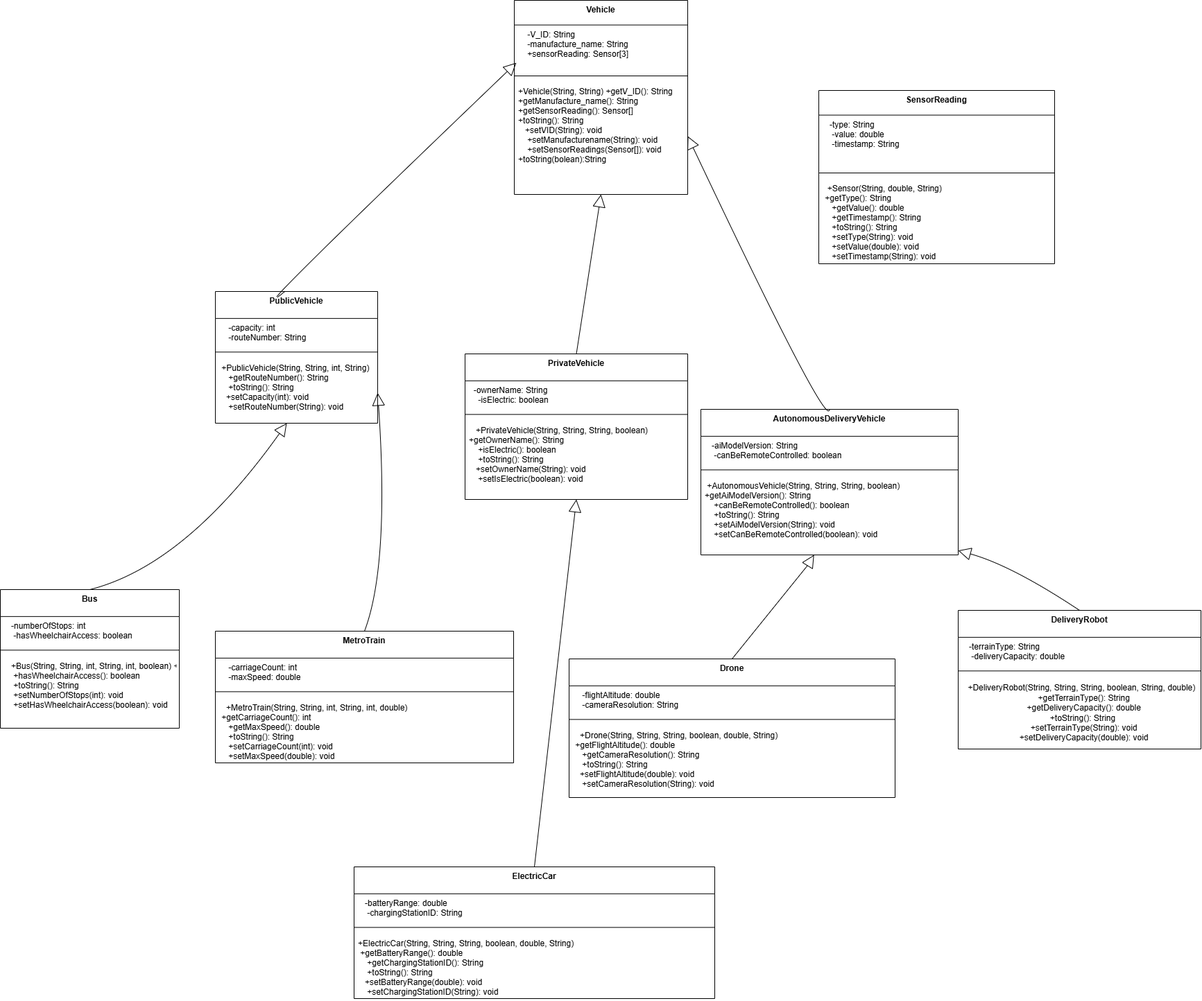
Earlier version of the draw.io export vehicle.drawio.png (Nada-saad635/system-for-a-smart-transportation). Source tidied: cells renumbered, new cells last; positions are measured from the earlier drawing's top-left corner, leaving out a move shared by most shapes.
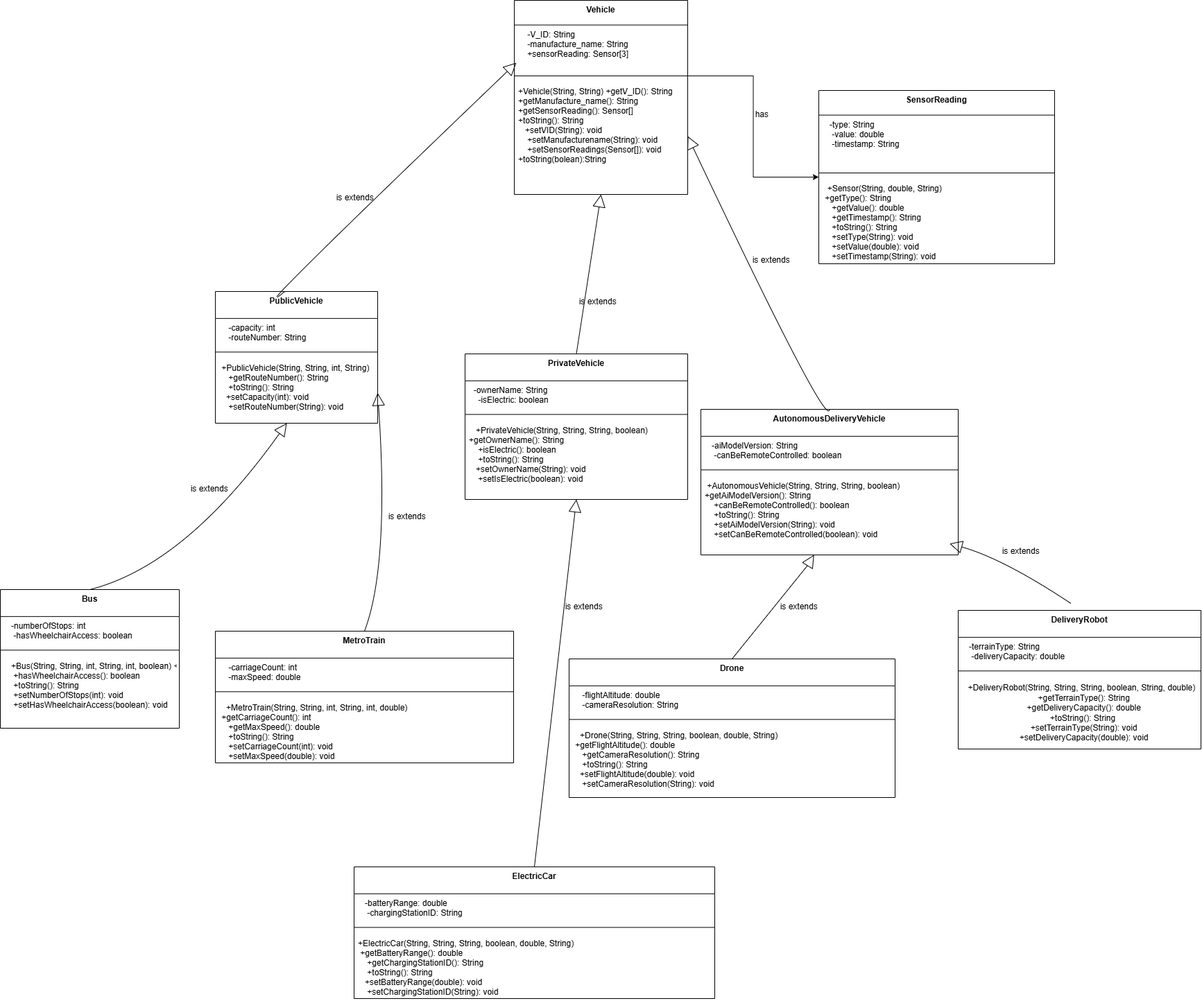
Later version of the same file.

Diff of the diagram source:
```diff
@@ -156,10 +156,12 @@
         </Array>
       </mxGeometry>
     </mxCell>
-    <mxCell id="48" style="curved=1;startArrow=block;startSize=16;startFill=0;endArrow=none;exitX=1;exitY=0.97;entryX=0.5;entryY=0;" parent="1" edge="1" source="18" target="38">
+    <mxCell id="48" style="curved=1;startArrow=block;startSize=16;startFill=0;endArrow=none;exitX=1;exitY=0.97;entryX=0.5;entryY=0;" parent="1" edge="1">
       <mxGeometry relative="1" as="geometry">
+        <mxPoint x="1368.5" y="783.7" as="sourcePoint" />
+        <mxPoint x="1543.5" y="870" as="targetPoint" />
         <Array as="points">
-          <mxPoint x="1458" y="815" />
+          <mxPoint x="1445.5" y="805" />
         </Array>
       </mxGeometry>
     </mxCell>
@@ -171,5 +173,35 @@
         </Array>
       </mxGeometry>
     </mxCell>
+    <mxCell id="50" value="&amp;nbsp;is extends" style="text;html=1;align=center;verticalAlign=middle;whiteSpace=wrap;rounded=0;" parent="1" vertex="1">
+      <mxGeometry x="555" y="730" width="60" height="30" as="geometry" />
+    </mxCell>
+    <mxCell id="51" value="&amp;nbsp;is extends" style="text;html=1;align=center;verticalAlign=middle;whiteSpace=wrap;rounded=0;" parent="1" vertex="1">
+      <mxGeometry x="480" y="270" width="60" height="30" as="geometry" />
+    </mxCell>
+    <mxCell id="52" value="&amp;nbsp;is extends" style="text;html=1;align=center;verticalAlign=middle;whiteSpace=wrap;rounded=0;" parent="1" vertex="1">
+      <mxGeometry x="1080" y="360" width="60" height="30" as="geometry" />
+    </mxCell>
+    <mxCell id="53" value="&amp;nbsp;is extends" style="text;html=1;align=center;verticalAlign=middle;whiteSpace=wrap;rounded=0;" parent="1" vertex="1">
+      <mxGeometry x="270" y="690" width="60" height="30" as="geometry" />
+    </mxCell>
+    <mxCell id="54" value="&amp;nbsp;is extends" style="text;html=1;align=center;verticalAlign=middle;whiteSpace=wrap;rounded=0;" parent="1" vertex="1">
+      <mxGeometry x="830" y="420" width="60" height="30" as="geometry" />
+    </mxCell>
+    <mxCell id="55" value="&amp;nbsp;is extends" style="text;html=1;align=center;verticalAlign=middle;whiteSpace=wrap;rounded=0;" parent="1" vertex="1">
+      <mxGeometry x="810" y="860" width="60" height="30" as="geometry" />
+    </mxCell>
+    <mxCell id="56" value="&amp;nbsp;is extends" style="text;html=1;align=center;verticalAlign=middle;whiteSpace=wrap;rounded=0;" parent="1" vertex="1">
+      <mxGeometry x="1120" y="860" width="60" height="30" as="geometry" />
+    </mxCell>
+    <mxCell id="57" value="&amp;nbsp;is extends" style="text;html=1;align=center;verticalAlign=middle;whiteSpace=wrap;rounded=0;" parent="1" vertex="1">
+      <mxGeometry x="1440" y="780" width="60" height="30" as="geometry" />
+    </mxCell>
+    <mxCell id="58" style="edgeStyle=orthogonalEdgeStyle;rounded=0;jettySize=auto;html=1;entryX=0;entryY=0.5;entryDx=0;entryDy=0;" parent="1" edge="1" source="4" target="6">
+      <mxGeometry relative="1" as="geometry" />
+    </mxCell>
+    <mxCell id="59" value="has&amp;nbsp;" style="text;html=1;align=center;verticalAlign=middle;whiteSpace=wrap;rounded=0;" parent="1" vertex="1">
+      <mxGeometry x="1070" y="150" width="60" height="30" as="geometry" />
+    </mxCell>
   </root>
 </mxGraphModel>
```
